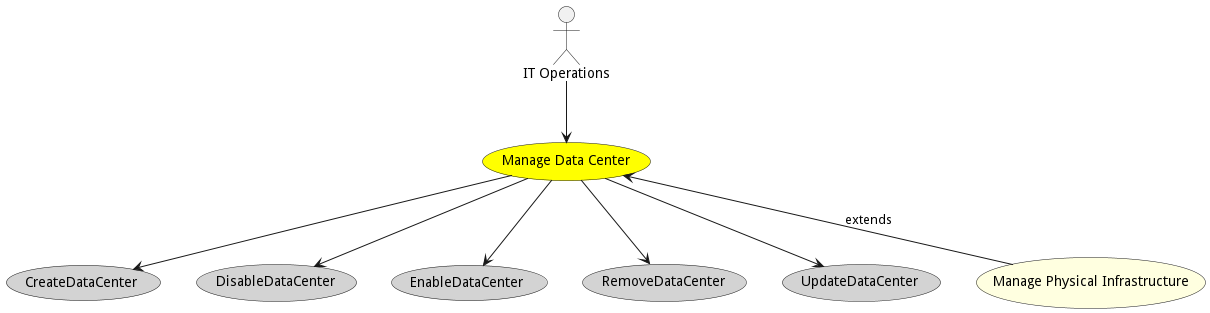
Before: docs/edgemere/cpl/usecases/managedatacenter/Activities.png, a diagram exported from PlantUML (madajaju/edgemere).
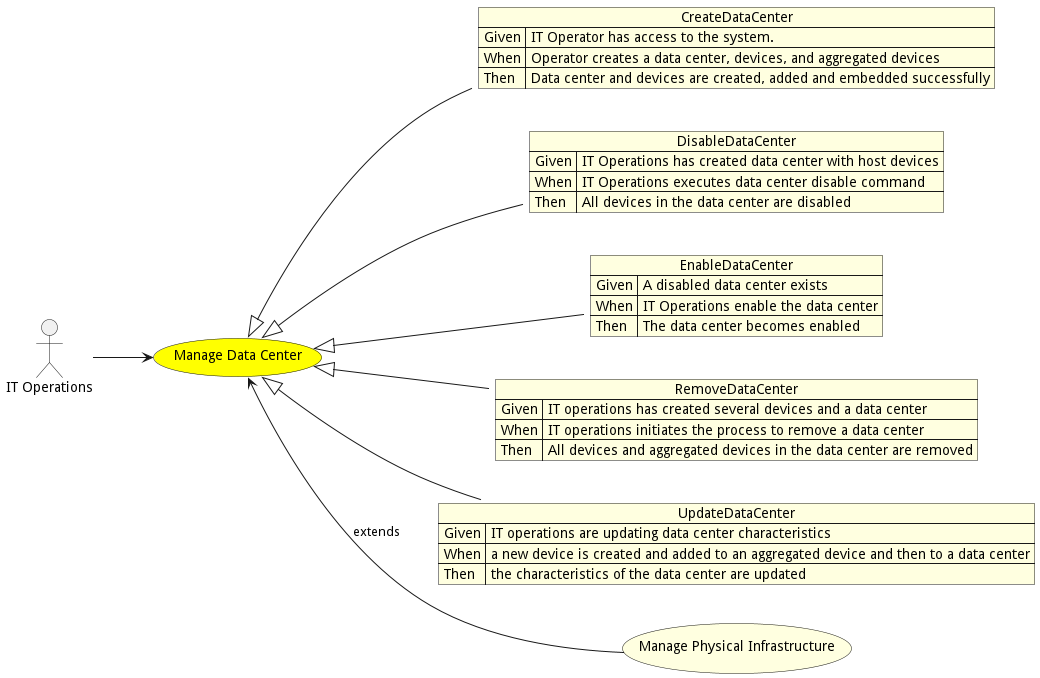
The same diagram one commit later.

What changed in the source:
```diff
@@ -1,5 +1,7 @@
 @startuml
 
+
+left to right direction
 
 usecase "Manage Data Center" as ManageDataCenter #yellow
 
@@ -9,25 +11,45 @@
 
 
 
-usecase "CreateDataCenter" as CreateDataCenter #lightgrey
+json CreateDataCenter #lightyellow {
+    "Given": "IT Operator has access to the system.",
+    "When": "Operator creates a data center, devices, and aggregated devices",
+    "Then": "Data center and devices are created, added and embedded successfully"
+}
 
-ManageDataCenter --> CreateDataCenter
+ManageDataCenter <|-- CreateDataCenter
 
-usecase "DisableDataCenter" as DisableDataCenter #lightgrey
+json DisableDataCenter #lightyellow {
+    "Given": "IT Operations has created data center with host devices",
+    "When": "IT Operations executes data center disable command",
+    "Then": "All devices in the data center are disabled"
+}
 
-ManageDataCenter --> DisableDataCenter
+ManageDataCenter <|-- DisableDataCenter
 
-usecase "EnableDataCenter" as EnableDataCenter #lightgrey
+json EnableDataCenter #lightyellow {
+    "Given": "A disabled data center exists",
+    "When": "IT Operations enable the data center",
+    "Then": "The data center becomes enabled"
+}
 
-ManageDataCenter --> EnableDataCenter
+ManageDataCenter <|-- EnableDataCenter
 
-usecase "RemoveDataCenter" as RemoveDataCenter #lightgrey
+json RemoveDataCenter #lightyellow {
+    "Given": "IT operations has created several devices and a data center",
+    "When": "IT operations initiates the process to remove a data center",
+    "Then": "All devices and aggregated devices in the data center are removed"
+}
 
-ManageDataCenter --> RemoveDataCenter
+ManageDataCenter <|-- RemoveDataCenter
 
-usecase "UpdateDataCenter" as UpdateDataCenter #lightgrey
+json UpdateDataCenter #lightyellow {
+    "Given": "IT operations are updating data center characteristics",
+    "When": "a new device is created and added to an aggregated device and then to a data center",
+    "Then": "the characteristics of the data center are updated"
+}
 
-ManageDataCenter --> UpdateDataCenter
+ManageDataCenter <|-- UpdateDataCenter
 
 
 
```
